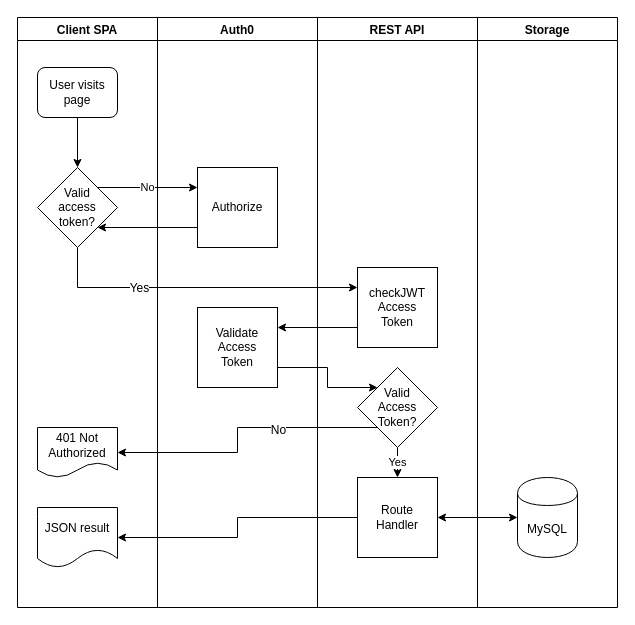
This is auth0.drawio from ctung/javelin-stats-backend, a draw.io file, before an edit. Source tidied: cells renumbered, new cells numbered last; positions are measured from the earlier drawing's top-left corner, leaving out a move shared by most shapes. Both pictures are drawn from the tidied source at 100%, with x=0, y=0 at pixel (17, 17).
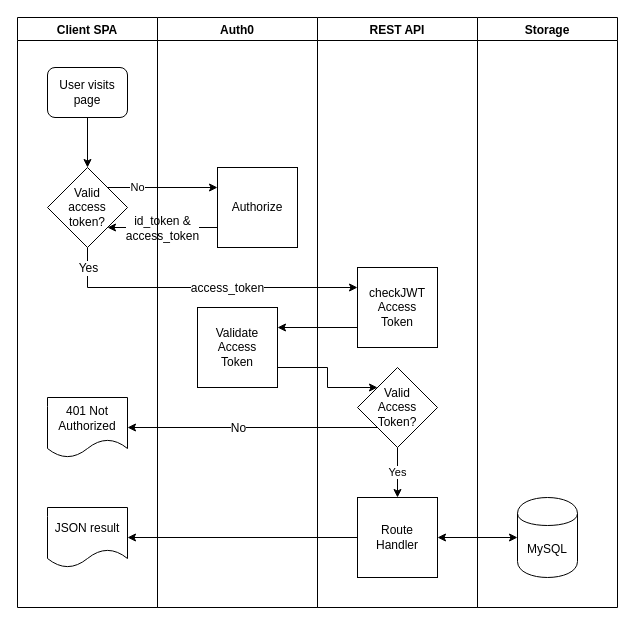
Above is the later version.

Unchanged cells that the change refers to:
```xml
<mxCell id="5" style="edgeStyle=orthogonalEdgeStyle;rounded=0;jettySize=auto;html=1;exitX=0.5;exitY=1;exitDx=0;exitDy=0;entryX=0;entryY=0.25;entryDx=0;entryDy=0;" parent="1" edge="1" source="7" target="11">
  <mxGeometry relative="1" as="geometry" />
</mxCell>
<mxCell id="8" style="edgeStyle=orthogonalEdgeStyle;rounded=0;jettySize=auto;html=1;exitX=0;exitY=0.75;exitDx=0;exitDy=0;entryX=1;entryY=1;entryDx=0;entryDy=0;" parent="1" edge="1" source="9" target="7">
  <mxGeometry relative="1" as="geometry" />
</mxCell>
<mxCell id="15" style="edgeStyle=orthogonalEdgeStyle;rounded=0;jettySize=auto;html=1;exitX=0;exitY=1;exitDx=0;exitDy=0;entryX=1;entryY=0.5;entryDx=0;entryDy=0;" parent="1" edge="1" source="18" target="19">
  <mxGeometry relative="1" as="geometry" />
</mxCell>
<mxCell id="24" value="Client SPA" style="swimlane;startSize=23;" parent="1" vertex="1">
  <mxGeometry width="140" height="590" as="geometry" />
</mxCell>
<mxCell id="26" value="REST API" style="swimlane;" parent="1" vertex="1">
  <mxGeometry x="300" width="160" height="590" as="geometry" />
</mxCell>
```

What changed in the source:
```diff
@@
-    <mxCell id="3" value="User visits page" style="rounded=1;whiteSpace=wrap;html=1;" parent="1" vertex="1">
-      <mxGeometry x="20" y="50" width="80" height="50" as="geometry" />
-    </mxCell>
     <mxCell id="4" value="No" style="edgeStyle=orthogonalEdgeStyle;rounded=0;jettySize=auto;html=1;exitX=1;exitY=0;exitDx=0;exitDy=0;entryX=0;entryY=0.25;entryDx=0;entryDy=0;" parent="1" edge="1" source="7" target="9">
-      <mxGeometry relative="1" as="geometry" />
+      <mxGeometry x="-0.45" relative="1" as="geometry" />
     </mxCell>
@@
     <mxCell id="6" value="Yes" style="text;html=1;align=center;verticalAlign=middle;labelBackgroundColor=#ffffff;" parent="5" vertex="1">
       <mxGeometry x="-0.34" y="-3" relative="1" as="geometry">
-        <mxPoint x="-5" y="-3" as="offset" />
+        <mxPoint x="-62" y="-23" as="offset" />
       </mxGeometry>
     </mxCell>
+    <mxCell id="28" value="access_token" style="text;html=1;align=center;verticalAlign=middle;labelBackgroundColor=#ffffff;" parent="5" vertex="1">
+      <mxGeometry x="-0.01" y="-2" relative="1" as="geometry">
+        <mxPoint x="26" y="-2" as="offset" />
+      </mxGeometry>
+    </mxCell>
     <mxCell id="7" value="Valid&lt;br&gt;access&lt;br&gt;token?&lt;br&gt;" style="rhombus;whiteSpace=wrap;html=1;" parent="1" vertex="1">
-      <mxGeometry x="20" y="150" width="80" height="80" as="geometry" />
+      <mxGeometry x="30" y="150" width="80" height="80" as="geometry" />
     </mxCell>
@@
+    <mxCell id="29" value="id_token &amp;amp;&lt;br&gt;access_token&lt;br&gt;" style="text;html=1;align=center;verticalAlign=middle;labelBackgroundColor=#ffffff;" parent="8" vertex="1">
+      <mxGeometry x="0.28" y="1" relative="1" as="geometry">
+        <mxPoint x="14" y="-1" as="offset" />
+      </mxGeometry>
+    </mxCell>
     <mxCell id="9" value="Authorize" style="whiteSpace=wrap;html=1;" parent="1" vertex="1">
-      <mxGeometry x="180" y="150" width="80" height="80" as="geometry" />
+      <mxGeometry x="200" y="150" width="80" height="80" as="geometry" />
     </mxCell>
@@
     <mxCell id="14" value="MySQL" style="shape=cylinder;whiteSpace=wrap;html=1;boundedLbl=1;backgroundOutline=1;" parent="1" vertex="1">
-      <mxGeometry x="500" y="460" width="60" height="80" as="geometry" />
+      <mxGeometry x="500" y="480" width="60" height="80" as="geometry" />
     </mxCell>
@@
     <mxCell id="16" value="No" style="text;html=1;align=center;verticalAlign=middle;labelBackgroundColor=#ffffff;" parent="15" vertex="1">
-      <mxGeometry x="-0.3" y="2" relative="1" as="geometry" />
+      <mxGeometry x="-0.3" y="2" relative="1" as="geometry">
+        <mxPoint x="-52" y="-2" as="offset" />
+      </mxGeometry>
     </mxCell>
@@
     <mxCell id="19" value="401 Not Authorized" style="shape=document;whiteSpace=wrap;html=1;boundedLbl=1;" parent="1" vertex="1">
-      <mxGeometry x="20" y="410" width="80" height="50" as="geometry" />
+      <mxGeometry x="30" y="380" width="80" height="60" as="geometry" />
     </mxCell>
@@
-    <mxCell id="21" value="Route&lt;br&gt;Handler&lt;br&gt;" style="whiteSpace=wrap;html=1;" parent="1" vertex="1">
-      <mxGeometry x="340" y="460" width="80" height="80" as="geometry" />
-    </mxCell>
@@
     <mxCell id="23" value="JSON result" style="shape=document;whiteSpace=wrap;html=1;boundedLbl=1;" parent="1" vertex="1">
-      <mxGeometry x="20" y="490" width="80" height="60" as="geometry" />
+      <mxGeometry x="30" y="490" width="80" height="60" as="geometry" />
     </mxCell>
@@
+    <mxCell id="3" value="User visits page" style="rounded=1;whiteSpace=wrap;html=1;" parent="24" vertex="1">
+      <mxGeometry x="30" y="50" width="80" height="50" as="geometry" />
+    </mxCell>
@@
+    <mxCell id="21" value="Route&lt;br&gt;Handler&lt;br&gt;" style="whiteSpace=wrap;html=1;" parent="26" vertex="1">
+      <mxGeometry x="40" y="480" width="80" height="80" as="geometry" />
+    </mxCell>
```
